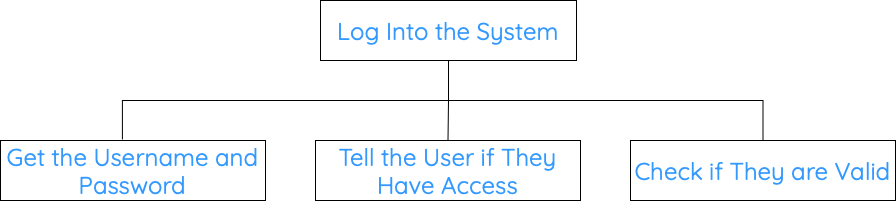
Above: docs/Images/Structure-Diagram-Example-1.png in Mr-Wood-CS/National-5-CS (draw.io), before the change. Source tidied: cells renumbered, new cells last; positions are measured from the earlier drawing's top-left corner, leaving out a move shared by most shapes. Source of this version:
```xml
<mxGraphModel>
  <root>
    <mxCell id="0" />
    <mxCell id="1" parent="0" />
    <mxCell id="2" style="edgeStyle=orthogonalEdgeStyle;rounded=0;jettySize=auto;html=1;exitX=0.5;exitY=1;exitDx=0;exitDy=0;entryX=0.5;entryY=0;entryDx=0;entryDy=0;endArrow=none;endFill=0;fillColor=none;strokeColor=#FFFFFF;" parent="1" edge="1" source="7" target="8">
      <mxGeometry relative="1" as="geometry" />
    </mxCell>
    <mxCell id="3" style="edgeStyle=orthogonalEdgeStyle;rounded=0;jettySize=auto;html=1;exitX=0.5;exitY=1;exitDx=0;exitDy=0;entryX=0.5;entryY=0;entryDx=0;entryDy=0;endArrow=none;endFill=0;fillColor=none;strokeColor=#FFFFFF;" parent="1" edge="1" source="7" target="10">
      <mxGeometry relative="1" as="geometry" />
    </mxCell>
    <mxCell id="4" style="edgeStyle=orthogonalEdgeStyle;rounded=0;jettySize=auto;html=1;exitX=0.5;exitY=1;exitDx=0;exitDy=0;entryX=0.5;entryY=0;entryDx=0;entryDy=0;endArrow=none;endFill=0;fillColor=none;strokeColor=#FFFFFF;" parent="1" edge="1" source="7" target="9">
      <mxGeometry relative="1" as="geometry" />
    </mxCell>
    <mxCell id="5" style="edgeStyle=orthogonalEdgeStyle;rounded=0;jettySize=auto;html=1;exitX=0.5;exitY=1;exitDx=0;exitDy=0;entryX=0.5;entryY=0;entryDx=0;entryDy=0;endArrow=none;endFill=0;" parent="1" edge="1" source="7" target="9">
      <mxGeometry relative="1" as="geometry" />
    </mxCell>
    <mxCell id="6" style="edgeStyle=orthogonalEdgeStyle;rounded=0;jettySize=auto;html=1;exitX=0.5;exitY=1;exitDx=0;exitDy=0;entryX=0.5;entryY=0;entryDx=0;entryDy=0;endArrow=none;endFill=0;" parent="1" edge="1" source="7" target="10">
      <mxGeometry relative="1" as="geometry" />
    </mxCell>
    <mxCell id="7" value="&lt;font color=&quot;#3399ff&quot; face=&quot;Quicksand&quot; style=&quot;font-size: 24px;&quot;&gt;Log Into the System&lt;/font&gt;" style="rounded=0;whiteSpace=wrap;html=1;fillColor=none;" parent="1" vertex="1">
      <mxGeometry x="320" width="256" height="60" as="geometry" />
    </mxCell>
    <mxCell id="8" value="&lt;font color=&quot;#3399ff&quot; style=&quot;font-size: 24px;&quot; face=&quot;Quicksand&quot;&gt;Get the Username and Password&lt;/font&gt;" style="rounded=0;whiteSpace=wrap;html=1;fillColor=none;" parent="1" vertex="1">
      <mxGeometry y="140" width="265" height="60" as="geometry" />
    </mxCell>
    <mxCell id="9" value="&lt;font color=&quot;#3399ff&quot; style=&quot;font-size: 24px;&quot; face=&quot;Quicksand&quot;&gt;Check if They are Valid&lt;/font&gt;" style="rounded=0;whiteSpace=wrap;html=1;fillColor=none;" parent="1" vertex="1">
      <mxGeometry x="630" y="140" width="265" height="60" as="geometry" />
    </mxCell>
    <mxCell id="10" value="&lt;font color=&quot;#3399ff&quot; face=&quot;Quicksand&quot; style=&quot;font-size: 24px;&quot;&gt;Tell the User if They Have Access&lt;/font&gt;" style="rounded=0;whiteSpace=wrap;html=1;fillColor=none;" parent="1" vertex="1">
      <mxGeometry x="315" y="140" width="265" height="60" as="geometry" />
    </mxCell>
    <mxCell id="11" style="edgeStyle=orthogonalEdgeStyle;rounded=0;jettySize=auto;html=1;exitX=0.5;exitY=1;exitDx=0;exitDy=0;entryX=0.46;entryY=-0.017;entryDx=0;entryDy=0;entryPerimeter=0;endArrow=none;endFill=0;" parent="1" edge="1" source="7" target="8">
      <mxGeometry relative="1" as="geometry" />
    </mxCell>
  </root>
</mxGraphModel>
```
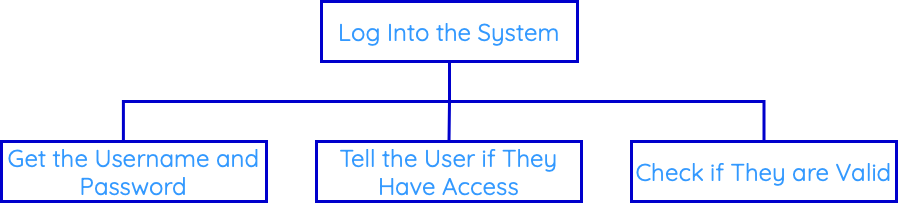
The same diagram one commit later.

Change to the diagram source:
```diff
@@ -1,36 +1,38 @@
-<mxGraphModel>
+<mxGraphModel background="#FFFFFF">
   <root>
     <mxCell id="0" />
     <mxCell id="1" parent="0" />
-    <mxCell id="2" style="edgeStyle=orthogonalEdgeStyle;rounded=0;jettySize=auto;html=1;exitX=0.5;exitY=1;exitDx=0;exitDy=0;entryX=0.5;entryY=0;entryDx=0;entryDy=0;endArrow=none;endFill=0;fillColor=none;strokeColor=#FFFFFF;" parent="1" edge="1" source="7" target="8">
-      <mxGeometry relative="1" as="geometry" />
-    </mxCell>
     <mxCell id="3" style="edgeStyle=orthogonalEdgeStyle;rounded=0;jettySize=auto;html=1;exitX=0.5;exitY=1;exitDx=0;exitDy=0;entryX=0.5;entryY=0;entryDx=0;entryDy=0;endArrow=none;endFill=0;fillColor=none;strokeColor=#FFFFFF;" parent="1" edge="1" source="7" target="10">
       <mxGeometry relative="1" as="geometry" />
     </mxCell>
     <mxCell id="4" style="edgeStyle=orthogonalEdgeStyle;rounded=0;jettySize=auto;html=1;exitX=0.5;exitY=1;exitDx=0;exitDy=0;entryX=0.5;entryY=0;entryDx=0;entryDy=0;endArrow=none;endFill=0;fillColor=none;strokeColor=#FFFFFF;" parent="1" edge="1" source="7" target="9">
       <mxGeometry relative="1" as="geometry" />
     </mxCell>
-    <mxCell id="5" style="edgeStyle=orthogonalEdgeStyle;rounded=0;jettySize=auto;html=1;exitX=0.5;exitY=1;exitDx=0;exitDy=0;entryX=0.5;entryY=0;entryDx=0;entryDy=0;endArrow=none;endFill=0;" parent="1" edge="1" source="7" target="9">
-      <mxGeometry relative="1" as="geometry" />
+    <mxCell id="5" style="edgeStyle=orthogonalEdgeStyle;rounded=0;jettySize=auto;html=1;exitX=0.5;exitY=1;exitDx=0;exitDy=0;entryX=0.5;entryY=0;entryDx=0;entryDy=0;endArrow=none;endFill=0;strokeColor=#0000CC;strokeWidth=3;" parent="1" edge="1" source="7" target="9">
+      <mxGeometry relative="1" as="geometry">
+        <Array as="points">
+          <mxPoint x="448" y="100" />
+          <mxPoint x="763" y="100" />
+        </Array>
+      </mxGeometry>
     </mxCell>
-    <mxCell id="6" style="edgeStyle=orthogonalEdgeStyle;rounded=0;jettySize=auto;html=1;exitX=0.5;exitY=1;exitDx=0;exitDy=0;entryX=0.5;entryY=0;entryDx=0;entryDy=0;endArrow=none;endFill=0;" parent="1" edge="1" source="7" target="10">
+    <mxCell id="6" style="edgeStyle=orthogonalEdgeStyle;rounded=0;jettySize=auto;html=1;exitX=0.5;exitY=1;exitDx=0;exitDy=0;entryX=0.5;entryY=0;entryDx=0;entryDy=0;endArrow=none;endFill=0;strokeColor=#0000CC;strokeWidth=3;" parent="1" edge="1" source="7" target="10">
       <mxGeometry relative="1" as="geometry" />
     </mxCell>
-    <mxCell id="7" value="&lt;font color=&quot;#3399ff&quot; face=&quot;Quicksand&quot; style=&quot;font-size: 24px;&quot;&gt;Log Into the System&lt;/font&gt;" style="rounded=0;whiteSpace=wrap;html=1;fillColor=none;" parent="1" vertex="1">
+    <mxCell id="7" value="&lt;font color=&quot;#3399ff&quot; face=&quot;Quicksand&quot; style=&quot;font-size: 24px;&quot;&gt;Log Into the System&lt;/font&gt;" style="rounded=0;whiteSpace=wrap;html=1;fillColor=none;strokeColor=#0000CC;strokeWidth=3;" parent="1" vertex="1">
       <mxGeometry x="320" width="256" height="60" as="geometry" />
     </mxCell>
-    <mxCell id="8" value="&lt;font color=&quot;#3399ff&quot; style=&quot;font-size: 24px;&quot; face=&quot;Quicksand&quot;&gt;Get the Username and Password&lt;/font&gt;" style="rounded=0;whiteSpace=wrap;html=1;fillColor=none;" parent="1" vertex="1">
+    <mxCell id="8" value="&lt;font color=&quot;#3399ff&quot; style=&quot;font-size: 24px;&quot; face=&quot;Quicksand&quot;&gt;Get the Username and Password&lt;/font&gt;" style="rounded=0;whiteSpace=wrap;html=1;fillColor=none;strokeColor=#0000CC;strokeWidth=3;" parent="1" vertex="1">
       <mxGeometry y="140" width="265" height="60" as="geometry" />
     </mxCell>
-    <mxCell id="9" value="&lt;font color=&quot;#3399ff&quot; style=&quot;font-size: 24px;&quot; face=&quot;Quicksand&quot;&gt;Check if They are Valid&lt;/font&gt;" style="rounded=0;whiteSpace=wrap;html=1;fillColor=none;" parent="1" vertex="1">
+    <mxCell id="9" value="&lt;font color=&quot;#3399ff&quot; style=&quot;font-size: 24px;&quot; face=&quot;Quicksand&quot;&gt;Check if They are Valid&lt;/font&gt;" style="rounded=0;whiteSpace=wrap;html=1;fillColor=none;strokeColor=#0000CC;strokeWidth=3;" parent="1" vertex="1">
       <mxGeometry x="630" y="140" width="265" height="60" as="geometry" />
     </mxCell>
+    <mxCell id="11" style="edgeStyle=orthogonalEdgeStyle;rounded=0;jettySize=auto;html=1;exitX=0.5;exitY=1;exitDx=0;exitDy=0;entryX=0.46;entryY=-0.017;entryDx=0;entryDy=0;entryPerimeter=0;endArrow=none;endFill=0;strokeColor=#0000CC;strokeWidth=3;" parent="1" edge="1" source="7" target="8">
+      <mxGeometry relative="1" as="geometry" />
+    </mxCell>
-    <mxCell id="10" value="&lt;font color=&quot;#3399ff&quot; face=&quot;Quicksand&quot; style=&quot;font-size: 24px;&quot;&gt;Tell the User if They Have Access&lt;/font&gt;" style="rounded=0;whiteSpace=wrap;html=1;fillColor=none;" parent="1" vertex="1">
+    <mxCell id="10" value="&lt;font color=&quot;#3399ff&quot; face=&quot;Quicksand&quot; style=&quot;font-size: 24px;&quot;&gt;Tell the User if They Have Access&lt;/font&gt;" style="rounded=0;whiteSpace=wrap;html=1;fillColor=none;strokeColor=#0000CC;strokeWidth=3;" parent="1" vertex="1">
       <mxGeometry x="315" y="140" width="265" height="60" as="geometry" />
     </mxCell>
-    <mxCell id="11" style="edgeStyle=orthogonalEdgeStyle;rounded=0;jettySize=auto;html=1;exitX=0.5;exitY=1;exitDx=0;exitDy=0;entryX=0.46;entryY=-0.017;entryDx=0;entryDy=0;entryPerimeter=0;endArrow=none;endFill=0;" parent="1" edge="1" source="7" target="8">
-      <mxGeometry relative="1" as="geometry" />
-    </mxCell>
   </root>
 </mxGraphModel>
```
